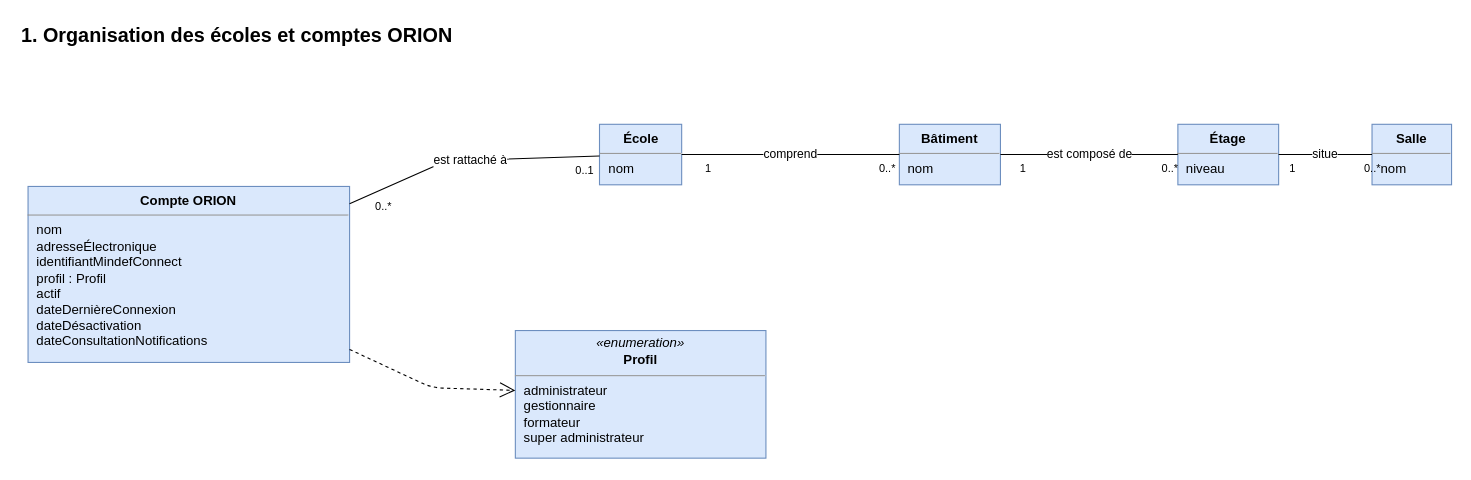
Above: page "Organisation des écoles et comptes ORION" (1 of 5) of docs/02-ANALYSE/02-CAPTURE-DES-BESOINS/09-DIAGRAMME-CLASSES-METIER.drawio in bpierrelouis/aster (draw.io), before the change. Source tidied: cells renumbered, new cells numbered last; positions are measured from the earlier drawing's top-left corner, leaving out a move shared by most shapes. Both pictures are drawn from the tidied source at 110%, with x=0, y=0 at pixel (19, 19).
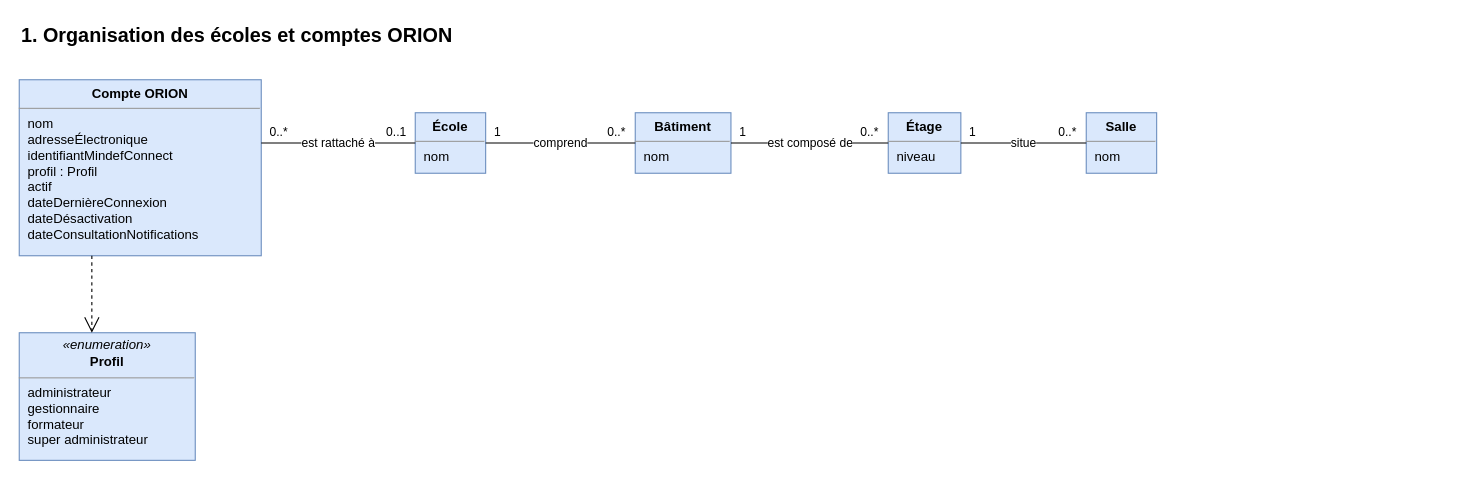
The same page after the edit.

Change to the diagram source:
```diff
@@
     <mxCell id="2" value="1. Organisation des écoles et comptes ORION" style="text;html=1;align=left;verticalAlign=middle;strokeColor=none;fillColor=none;fontSize=18;fontStyle=1;" parent="1" vertex="1">
-      <mxGeometry width="500" height="30" as="geometry" />
+      <mxGeometry width="600" height="30" as="geometry" />
     </mxCell>
+    <mxCell id="7" value="&lt;p style=&quot;margin:0;margin-top:6px;text-align:center;&quot;&gt;&lt;b&gt;Compte ORION&lt;/b&gt;&lt;/p&gt;&lt;hr size=&quot;1&quot;/&gt;&lt;p style=&quot;margin:0;margin-left:8px;&quot;&gt;nom&lt;br&gt;adresseÉlectronique&lt;br&gt;identifiantMindefConnect&lt;br&gt;profil : Profil&lt;br&gt;actif&lt;br&gt;dateDernièreConnexion&lt;br&gt;dateDésactivation&lt;br&gt;dateConsultationNotifications&lt;/p&gt;" style="verticalAlign=top;align=left;overflow=fill;html=1;whiteSpace=wrap;fontSize=12;fillColor=#dae8fc;strokeColor=#6c8ebf;" parent="1" vertex="1">
+      <mxGeometry y="55" width="220" height="160" as="geometry" />
+    </mxCell>
     <mxCell id="3" value="&lt;p style=&quot;margin:0;margin-top:6px;text-align:center;&quot;&gt;&lt;b&gt;École&lt;/b&gt;&lt;/p&gt;&lt;hr size=&quot;1&quot;/&gt;&lt;p style=&quot;margin:0;margin-left:8px;&quot;&gt;nom&lt;/p&gt;" style="verticalAlign=top;align=left;overflow=fill;html=1;whiteSpace=wrap;fontSize=12;fillColor=#dae8fc;strokeColor=#6c8ebf;" parent="1" vertex="1">
-      <mxGeometry x="527.5" y="95.5" width="74.7" height="55" as="geometry" />
+      <mxGeometry x="360" y="85" width="64" height="55" as="geometry" />
     </mxCell>
     <mxCell id="4" value="&lt;p style=&quot;margin:0;margin-top:6px;text-align:center;&quot;&gt;&lt;b&gt;Bâtiment&lt;/b&gt;&lt;/p&gt;&lt;hr size=&quot;1&quot;/&gt;&lt;p style=&quot;margin:0;margin-left:8px;&quot;&gt;nom&lt;/p&gt;" style="verticalAlign=top;align=left;overflow=fill;html=1;whiteSpace=wrap;fontSize=12;fillColor=#dae8fc;strokeColor=#6c8ebf;" parent="1" vertex="1">
-      <mxGeometry x="800.1" y="95.5" width="91.9" height="55" as="geometry" />
+      <mxGeometry x="560" y="85" width="87" height="55" as="geometry" />
     </mxCell>
     <mxCell id="5" value="&lt;p style=&quot;margin:0;margin-top:6px;text-align:center;&quot;&gt;&lt;b&gt;Étage&lt;/b&gt;&lt;/p&gt;&lt;hr size=&quot;1&quot;/&gt;&lt;p style=&quot;margin:0;margin-left:8px;&quot;&gt;niveau&lt;/p&gt;" style="verticalAlign=top;align=left;overflow=fill;html=1;whiteSpace=wrap;fontSize=12;fillColor=#dae8fc;strokeColor=#6c8ebf;" parent="1" vertex="1">
-      <mxGeometry x="1053.3" y="95.5" width="91.6" height="55" as="geometry" />
+      <mxGeometry x="790" y="85" width="66" height="55" as="geometry" />
     </mxCell>
     <mxCell id="6" value="&lt;p style=&quot;margin:0;margin-top:6px;text-align:center;&quot;&gt;&lt;b&gt;Salle&lt;/b&gt;&lt;/p&gt;&lt;hr size=&quot;1&quot;/&gt;&lt;p style=&quot;margin:0;margin-left:8px;&quot;&gt;nom&lt;/p&gt;" style="verticalAlign=top;align=left;overflow=fill;html=1;whiteSpace=wrap;fontSize=12;fillColor=#dae8fc;strokeColor=#6c8ebf;" parent="1" vertex="1">
-      <mxGeometry x="1229.8" y="95.5" width="72.3" height="55" as="geometry" />
+      <mxGeometry x="970" y="85" width="64" height="55" as="geometry" />
     </mxCell>
-    <mxCell id="7" value="&lt;p style=&quot;margin:0;margin-top:6px;text-align:center;&quot;&gt;&lt;b&gt;Compte ORION&lt;/b&gt;&lt;/p&gt;&lt;hr size=&quot;1&quot;/&gt;&lt;p style=&quot;margin:0;margin-left:8px;&quot;&gt;nom&lt;br&gt;adresseÉlectronique&lt;br&gt;identifiantMindefConnect&lt;br&gt;profil : Profil&lt;br&gt;actif&lt;br&gt;dateDernièreConnexion&lt;br&gt;dateDésactivation&lt;br&gt;dateConsultationNotifications&lt;/p&gt;" style="verticalAlign=top;align=left;overflow=fill;html=1;whiteSpace=wrap;fontSize=12;fillColor=#dae8fc;strokeColor=#6c8ebf;" parent="1" vertex="1">
-      <mxGeometry x="8" y="152" width="292.3" height="160" as="geometry" />
-    </mxCell>
     <mxCell id="8" value="&lt;p style=&quot;margin:0;margin-top:4px;text-align:center;&quot;&gt;&lt;i&gt;«enumeration»&lt;/i&gt;&lt;/p&gt;&lt;p style=&quot;margin:0;margin-top:2px;text-align:center;&quot;&gt;&lt;b&gt;Profil&lt;/b&gt;&lt;/p&gt;&lt;hr size=&quot;1&quot;/&gt;&lt;p style=&quot;margin:0;margin-left:8px;&quot;&gt;administrateur&lt;br&gt;gestionnaire&lt;br&gt;formateur&lt;br&gt;super administrateur&lt;/p&gt;" style="verticalAlign=top;align=left;overflow=fill;html=1;whiteSpace=wrap;fontSize=12;fillColor=#dae8fc;strokeColor=#6c8ebf;" parent="1" vertex="1">
-      <mxGeometry x="451" y="283" width="227.8" height="116" as="geometry" />
+      <mxGeometry y="285" width="160" height="116" as="geometry" />
     </mxCell>
+    <mxCell id="18" value="est rattaché à" style="html=1;edgeStyle=orthogonalEdgeStyle;rounded=0;jumpStyle=arc;jumpSize=10;fontSize=11;labelBackgroundColor=#ffffff;endArrow=none;startArrow=none;exitX=1;exitY=0.3594;exitDx=0;exitDy=0;entryX=0;entryY=0.5;entryDx=0;entryDy=0;" parent="1" edge="1" source="7" target="3">
+      <mxGeometry relative="1" as="geometry" />
+    </mxCell>
+    <mxCell id="22" value="0..*" style="edgeLabel;html=1;fontSize=11;labelBackgroundColor=none;" parent="18" vertex="1">
+      <mxGeometry x="-1" relative="1" as="geometry">
+        <mxPoint x="6" y="-22.5" as="offset" />
+      </mxGeometry>
+    </mxCell>
+    <mxCell id="20" value="0..1" style="edgeLabel;html=1;fontSize=11;labelBackgroundColor=none;" parent="18" vertex="1">
+      <mxGeometry x="1" relative="1" as="geometry">
+        <mxPoint x="-28.4" y="-22.5" as="offset" />
+      </mxGeometry>
+    </mxCell>
-    <mxCell id="9" value="comprend" style="html=1;rounded=0;fontSize=11;labelBackgroundColor=#ffffff;endArrow=none;startArrow=none;rounded=1;" parent="1" edge="1" source="3" target="4">
+    <mxCell id="9" value="comprend" style="html=1;edgeStyle=orthogonalEdgeStyle;rounded=0;jumpStyle=arc;jumpSize=10;fontSize=11;labelBackgroundColor=#ffffff;endArrow=none;startArrow=none;exitX=1;exitY=0.5;exitDx=0;exitDy=0;entryX=0;entryY=0.5;entryDx=0;entryDy=0;" parent="1" edge="1" source="3" target="4">
       <mxGeometry relative="1" as="geometry" />
     </mxCell>
-    <mxCell id="10" value="1" style="edgeLabel;html=1;fontSize=10;labelBackgroundColor=none;" parent="9" vertex="1">
-      <mxGeometry x="-0.8" relative="1" as="geometry" />
-    </mxCell>
-    <mxCell id="11" value="0..*" style="edgeLabel;html=1;fontSize=10;labelBackgroundColor=none;" parent="9" vertex="1">
-      <mxGeometry x="0.8" relative="1" as="geometry" />
-    </mxCell>
+    <mxCell id="23" value="1" style="edgeLabel;html=1;fontSize=11;labelBackgroundColor=none;" parent="9" vertex="1">
+      <mxGeometry x="-1" relative="1" as="geometry">
+        <mxPoint x="6" y="-22.5" as="offset" />
+      </mxGeometry>
+    </mxCell>
+    <mxCell id="24" value="0..*" style="edgeLabel;html=1;fontSize=11;labelBackgroundColor=none;" parent="9" vertex="1">
+      <mxGeometry x="1" relative="1" as="geometry">
+        <mxPoint x="-26.6" y="-22.5" as="offset" />
+      </mxGeometry>
+    </mxCell>
-    <mxCell id="12" value="est composé de" style="html=1;rounded=0;fontSize=11;labelBackgroundColor=#ffffff;endArrow=none;startArrow=none;rounded=1;" parent="1" edge="1" source="4" target="5">
+    <mxCell id="12" value="est composé de" style="html=1;edgeStyle=orthogonalEdgeStyle;rounded=0;jumpStyle=arc;jumpSize=10;fontSize=11;labelBackgroundColor=#ffffff;endArrow=none;startArrow=none;exitX=1;exitY=0.5;exitDx=0;exitDy=0;entryX=0;entryY=0.5;entryDx=0;entryDy=0;" parent="1" edge="1" source="4" target="5">
       <mxGeometry relative="1" as="geometry" />
     </mxCell>
-    <mxCell id="13" value="1" style="edgeLabel;html=1;fontSize=10;labelBackgroundColor=none;" parent="12" vertex="1">
-      <mxGeometry x="-0.8" relative="1" as="geometry" />
-    </mxCell>
-    <mxCell id="14" value="0..*" style="edgeLabel;html=1;fontSize=10;labelBackgroundColor=none;" parent="12" vertex="1">
-      <mxGeometry x="0.8" relative="1" as="geometry" />
-    </mxCell>
+    <mxCell id="25" value="1" style="edgeLabel;html=1;fontSize=11;labelBackgroundColor=none;" parent="12" vertex="1">
+      <mxGeometry x="-1" relative="1" as="geometry">
+        <mxPoint x="6" y="-22.5" as="offset" />
+      </mxGeometry>
+    </mxCell>
+    <mxCell id="26" value="0..*" style="edgeLabel;html=1;fontSize=11;labelBackgroundColor=none;" parent="12" vertex="1">
+      <mxGeometry x="1" relative="1" as="geometry">
+        <mxPoint x="-26.6" y="-22.5" as="offset" />
+      </mxGeometry>
+    </mxCell>
-    <mxCell id="15" value="situe" style="html=1;rounded=0;fontSize=11;labelBackgroundColor=#ffffff;endArrow=none;startArrow=none;rounded=1;" parent="1" edge="1" source="5" target="6">
+    <mxCell id="15" value="situe" style="html=1;edgeStyle=orthogonalEdgeStyle;rounded=0;jumpStyle=arc;jumpSize=10;fontSize=11;labelBackgroundColor=#ffffff;endArrow=none;startArrow=none;exitX=1;exitY=0.5;exitDx=0;exitDy=0;entryX=0;entryY=0.5;entryDx=0;entryDy=0;" parent="1" edge="1" source="5" target="6">
       <mxGeometry relative="1" as="geometry" />
     </mxCell>
-    <mxCell id="16" value="1" style="edgeLabel;html=1;fontSize=10;labelBackgroundColor=none;" parent="15" vertex="1">
-      <mxGeometry x="-0.8" relative="1" as="geometry" />
-    </mxCell>
-    <mxCell id="17" value="0..*" style="edgeLabel;html=1;fontSize=10;labelBackgroundColor=none;" parent="15" vertex="1">
-      <mxGeometry x="0.8" relative="1" as="geometry" />
-    </mxCell>
-    <mxCell id="18" value="est rattaché à" style="html=1;rounded=0;fontSize=11;labelBackgroundColor=#ffffff;endArrow=none;startArrow=none;rounded=1;" parent="1" edge="1" source="7" target="3">
-      <mxGeometry relative="1" as="geometry">
-        <Array as="points">
-          <mxPoint x="388" y="129" />
-        </Array>
-      </mxGeometry>
-    </mxCell>
-    <mxCell id="19" value="0..*" style="edgeLabel;html=1;fontSize=10;labelBackgroundColor=none;" parent="18" vertex="1">
-      <mxGeometry x="-0.8" relative="1" as="geometry" />
-    </mxCell>
-    <mxCell id="20" value="0..1" style="edgeLabel;html=1;fontSize=10;labelBackgroundColor=none;" parent="18" vertex="1">
-      <mxGeometry x="0.8" relative="1" as="geometry" />
-    </mxCell>
+    <mxCell id="27" value="1" style="edgeLabel;html=1;fontSize=11;labelBackgroundColor=none;" parent="15" vertex="1">
+      <mxGeometry x="-1" relative="1" as="geometry">
+        <mxPoint x="6" y="-22.5" as="offset" />
+      </mxGeometry>
+    </mxCell>
+    <mxCell id="28" value="0..*" style="edgeLabel;html=1;fontSize=11;labelBackgroundColor=none;" parent="15" vertex="1">
+      <mxGeometry x="1" relative="1" as="geometry">
+        <mxPoint x="-26.6" y="-22.5" as="offset" />
+      </mxGeometry>
+    </mxCell>
-    <mxCell id="21" style="html=1;rounded=0;fontSize=11;labelBackgroundColor=#ffffff;endArrow=open;endFill=0;endSize=12;startArrow=none;dashed=1;rounded=1;" parent="1" edge="1" source="7" target="8">
-      <mxGeometry relative="1" as="geometry">
-        <Array as="points">
-          <mxPoint x="375" y="335" />
-        </Array>
-      </mxGeometry>
+    <mxCell id="21" style="html=1;edgeStyle=orthogonalEdgeStyle;rounded=0;jumpStyle=arc;jumpSize=10;fontSize=11;labelBackgroundColor=#ffffff;endArrow=open;endFill=0;endSize=12;startArrow=none;dashed=1;exitX=0.3;exitY=1;exitDx=0;exitDy=0;entryX=0.4125;entryY=0;entryDx=0;entryDy=0;" parent="1" edge="1" source="7" target="8">
+      <mxGeometry relative="1" as="geometry" />
     </mxCell>
```
